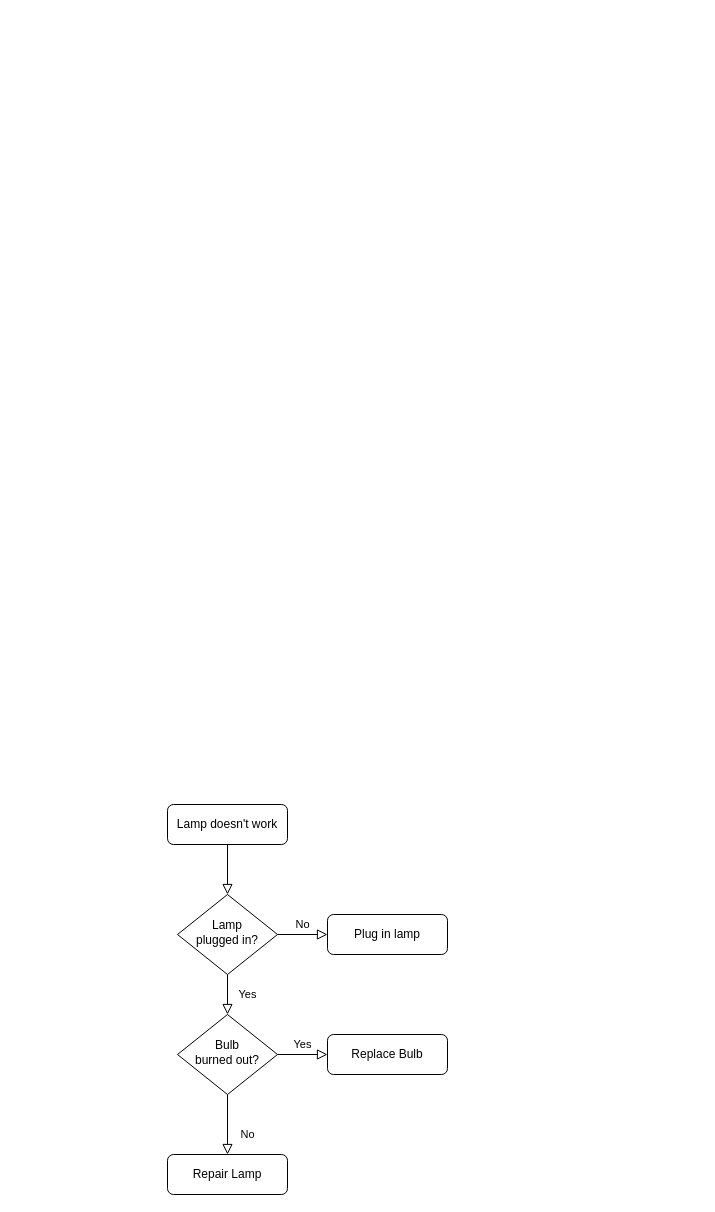
The draw.io diagram Wk5/DeviceProcess.drawio in DanielCender/CST-221, before the edit. Source tidied: cells renumbered, new cells numbered last; positions are measured from the earlier drawing's top-left corner, leaving out a move shared by most shapes. Both pictures are drawn from the tidied source at 100%, with x=0, y=0 at pixel (167, 804).
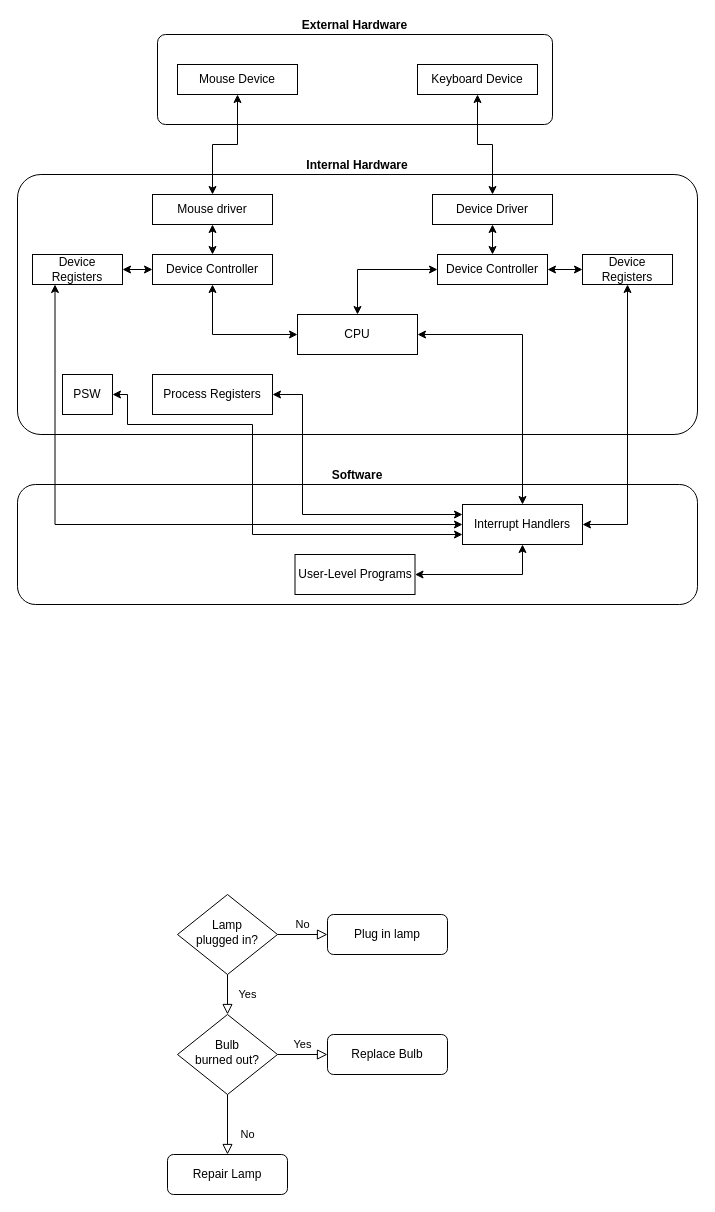
The same diagram, later.

The change refers to these unchanged cells:
```xml
<mxCell id="6" value="Lamp&lt;br&gt;plugged in?" style="rhombus;whiteSpace=wrap;html=1;shadow=0;fontFamily=Helvetica;fontSize=12;align=center;strokeWidth=1;spacing=6;spacingTop=-4;" parent="1" vertex="1">
  <mxGeometry x="10" y="90" width="100" height="80" as="geometry" />
</mxCell>
```

The edit, as a diff of the source:
```diff
@@
-    <mxCell id="2" style="rounded=0;html=1;jettySize=auto;fontSize=11;endArrow=block;endFill=0;endSize=8;strokeWidth=1;shadow=0;labelBackgroundColor=none;edgeStyle=orthogonalEdgeStyle;" parent="1" edge="1" source="3" target="6">
-      <mxGeometry relative="1" as="geometry" />
-    </mxCell>
-    <mxCell id="3" value="Lamp doesn't work" style="rounded=1;whiteSpace=wrap;html=1;fontSize=12;glass=0;strokeWidth=1;shadow=0;" parent="1" vertex="1">
-      <mxGeometry width="120" height="40" as="geometry" />
-    </mxCell>
@@
+    <mxCell id="13" value="&lt;b&gt;Internal Hardware&lt;/b&gt;" style="rounded=1;whiteSpace=wrap;html=1;labelPosition=center;verticalLabelPosition=top;align=center;verticalAlign=bottom;direction=south;arcSize=9;" parent="1" vertex="1">
+      <mxGeometry x="-150" y="-630" width="680" height="260" as="geometry" />
+    </mxCell>
+    <mxCell id="14" value="&lt;b&gt;Software&lt;/b&gt;" style="rounded=1;whiteSpace=wrap;html=1;labelPosition=center;verticalLabelPosition=top;align=center;verticalAlign=bottom;direction=south;" parent="1" vertex="1">
+      <mxGeometry x="-150" y="-320" width="680" height="120" as="geometry" />
+    </mxCell>
+    <mxCell id="15" style="edgeStyle=orthogonalEdgeStyle;rounded=0;jettySize=auto;html=1;startArrow=classic;startFill=1;endArrow=classic;endFill=1;" parent="1" edge="1" source="16" target="20">
+      <mxGeometry relative="1" as="geometry">
+        <Array as="points">
+          <mxPoint x="355" y="-470" />
+        </Array>
+      </mxGeometry>
+    </mxCell>
+    <mxCell id="16" value="CPU" style="rounded=0;whiteSpace=wrap;html=1;fontSize=12;glass=0;strokeWidth=1;shadow=0;" parent="1" vertex="1">
+      <mxGeometry x="130" y="-490" width="120" height="40" as="geometry" />
+    </mxCell>
+    <mxCell id="17" style="edgeStyle=orthogonalEdgeStyle;rounded=0;jettySize=auto;html=1;startArrow=classic;startFill=1;endArrow=classic;endFill=1;exitX=1;exitY=0.5;exitDx=0;exitDy=0;" parent="1" edge="1" source="20" target="31">
+      <mxGeometry relative="1" as="geometry" />
+    </mxCell>
+    <mxCell id="18" style="edgeStyle=orthogonalEdgeStyle;rounded=0;jettySize=auto;html=1;startArrow=classic;startFill=1;endArrow=classic;endFill=1;entryX=0.25;entryY=1;entryDx=0;entryDy=0;" parent="1" edge="1" source="20" target="33">
+      <mxGeometry relative="1" as="geometry" />
+    </mxCell>
+    <mxCell id="19" style="edgeStyle=orthogonalEdgeStyle;rounded=0;jettySize=auto;html=1;startArrow=classic;startFill=1;endArrow=classic;endFill=1;entryX=1;entryY=0.5;entryDx=0;entryDy=0;exitX=0.5;exitY=1;exitDx=0;exitDy=0;" parent="1" edge="1" source="20" target="21">
+      <mxGeometry relative="1" as="geometry" />
+    </mxCell>
+    <mxCell id="20" value="Interrupt Handlers" style="rounded=0;whiteSpace=wrap;html=1;fontSize=12;glass=0;strokeWidth=1;shadow=0;" parent="1" vertex="1">
+      <mxGeometry x="295" y="-300" width="120" height="40" as="geometry" />
+    </mxCell>
+    <mxCell id="21" value="User-Level Programs" style="rounded=0;whiteSpace=wrap;html=1;fontSize=12;glass=0;strokeWidth=1;shadow=0;" parent="1" vertex="1">
+      <mxGeometry x="127.5" y="-250" width="120" height="40" as="geometry" />
+    </mxCell>
+    <mxCell id="22" style="edgeStyle=orthogonalEdgeStyle;rounded=0;jettySize=auto;html=1;startArrow=classic;startFill=1;entryX=0.5;entryY=0;entryDx=0;entryDy=0;" parent="1" edge="1" source="23" target="29">
+      <mxGeometry relative="1" as="geometry" />
+    </mxCell>
+    <mxCell id="23" value="Mouse driver" style="rounded=0;whiteSpace=wrap;html=1;fontSize=12;glass=0;strokeWidth=1;shadow=0;" parent="1" vertex="1">
+      <mxGeometry x="-15" y="-610" width="120" height="30" as="geometry" />
+    </mxCell>
+    <mxCell id="24" style="edgeStyle=orthogonalEdgeStyle;rounded=0;jettySize=auto;html=1;startArrow=classic;startFill=1;entryX=0.5;entryY=0;entryDx=0;entryDy=0;" parent="1" edge="1" source="25" target="16">
+      <mxGeometry relative="1" as="geometry" />
+    </mxCell>
+    <mxCell id="25" value="Device Controller" style="rounded=0;whiteSpace=wrap;html=1;fontSize=12;glass=0;strokeWidth=1;shadow=0;" parent="1" vertex="1">
+      <mxGeometry x="270" y="-550" width="110" height="30" as="geometry" />
+    </mxCell>
+    <mxCell id="26" style="edgeStyle=orthogonalEdgeStyle;rounded=0;jettySize=auto;html=1;startArrow=classic;startFill=1;entryX=0.5;entryY=0;entryDx=0;entryDy=0;" parent="1" edge="1" source="27" target="25">
+      <mxGeometry relative="1" as="geometry" />
+    </mxCell>
+    <mxCell id="27" value="Device Driver" style="rounded=0;whiteSpace=wrap;html=1;fontSize=12;glass=0;strokeWidth=1;shadow=0;" parent="1" vertex="1">
+      <mxGeometry x="265" y="-610" width="120" height="30" as="geometry" />
+    </mxCell>
+    <mxCell id="28" style="edgeStyle=orthogonalEdgeStyle;rounded=0;jettySize=auto;html=1;startArrow=classic;startFill=1;endArrow=classic;endFill=1;entryX=0;entryY=0.5;entryDx=0;entryDy=0;" parent="1" edge="1" source="29" target="16">
+      <mxGeometry relative="1" as="geometry">
+        <Array as="points">
+          <mxPoint x="45" y="-470" />
+        </Array>
+      </mxGeometry>
+    </mxCell>
+    <mxCell id="29" value="Device Controller" style="rounded=0;whiteSpace=wrap;html=1;fontSize=12;glass=0;strokeWidth=1;shadow=0;" parent="1" vertex="1">
+      <mxGeometry x="-15" y="-550" width="120" height="30" as="geometry" />
+    </mxCell>
+    <mxCell id="30" style="edgeStyle=orthogonalEdgeStyle;rounded=0;jettySize=auto;html=1;startArrow=classic;startFill=1;endArrow=classic;endFill=1;" parent="1" edge="1" source="31" target="25">
+      <mxGeometry relative="1" as="geometry" />
+    </mxCell>
+    <mxCell id="31" value="Device Registers" style="rounded=0;whiteSpace=wrap;html=1;fontSize=12;glass=0;strokeWidth=1;shadow=0;" parent="1" vertex="1">
+      <mxGeometry x="415" y="-550" width="90" height="30" as="geometry" />
+    </mxCell>
+    <mxCell id="32" style="edgeStyle=orthogonalEdgeStyle;rounded=0;jettySize=auto;html=1;startArrow=classic;startFill=1;endArrow=classic;endFill=1;" parent="1" edge="1" source="33" target="29">
+      <mxGeometry relative="1" as="geometry" />
+    </mxCell>
+    <mxCell id="33" value="Device Registers" style="rounded=0;whiteSpace=wrap;html=1;fontSize=12;glass=0;strokeWidth=1;shadow=0;" parent="1" vertex="1">
+      <mxGeometry x="-135" y="-550" width="90" height="30" as="geometry" />
+    </mxCell>
+    <mxCell id="34" style="edgeStyle=orthogonalEdgeStyle;rounded=0;jettySize=auto;html=1;startArrow=classic;startFill=1;endArrow=classic;endFill=1;exitX=1;exitY=0.5;exitDx=0;exitDy=0;" parent="1" edge="1" source="35">
+      <mxGeometry relative="1" as="geometry">
+        <mxPoint x="295" y="-270" as="targetPoint" />
+        <Array as="points">
+          <mxPoint x="-40" y="-410" />
+          <mxPoint x="-40" y="-380" />
+          <mxPoint x="85" y="-380" />
+          <mxPoint x="85" y="-270" />
+        </Array>
+      </mxGeometry>
+    </mxCell>
+    <mxCell id="35" value="PSW" style="rounded=0;whiteSpace=wrap;html=1;fontSize=12;glass=0;strokeWidth=1;shadow=0;" parent="1" vertex="1">
+      <mxGeometry x="-105" y="-430" width="50" height="40" as="geometry" />
+    </mxCell>
+    <mxCell id="36" style="edgeStyle=orthogonalEdgeStyle;rounded=0;jettySize=auto;html=1;startArrow=classic;startFill=1;endArrow=classic;endFill=1;exitX=1;exitY=0.5;exitDx=0;exitDy=0;" parent="1" edge="1" source="37">
+      <mxGeometry relative="1" as="geometry">
+        <mxPoint x="295" y="-290" as="targetPoint" />
+        <Array as="points">
+          <mxPoint x="135" y="-410" />
+          <mxPoint x="135" y="-290" />
+        </Array>
+      </mxGeometry>
+    </mxCell>
+    <mxCell id="37" value="Process Registers" style="rounded=0;whiteSpace=wrap;html=1;fontSize=12;glass=0;strokeWidth=1;shadow=0;" parent="1" vertex="1">
+      <mxGeometry x="-15" y="-430" width="120" height="40" as="geometry" />
+    </mxCell>
+    <mxCell id="38" value="&lt;b&gt;External Hardware&lt;/b&gt;" style="rounded=1;whiteSpace=wrap;html=1;labelPosition=center;verticalLabelPosition=top;align=center;verticalAlign=bottom;direction=south;arcSize=9;" parent="1" vertex="1">
+      <mxGeometry x="-10" y="-770" width="395" height="90" as="geometry" />
+    </mxCell>
+    <mxCell id="39" value="Keyboard Device" style="rounded=0;whiteSpace=wrap;html=1;fontSize=12;glass=0;strokeWidth=1;shadow=0;" parent="1" vertex="1">
+      <mxGeometry x="250" y="-740" width="120" height="30" as="geometry" />
+    </mxCell>
+    <mxCell id="40" style="edgeStyle=orthogonalEdgeStyle;rounded=0;jettySize=auto;html=1;startArrow=classic;startFill=1;" parent="1" edge="1" source="39" target="27">
+      <mxGeometry relative="1" as="geometry" />
+    </mxCell>
+    <mxCell id="41" value="Mouse Device" style="rounded=0;whiteSpace=wrap;html=1;fontSize=12;glass=0;strokeWidth=1;shadow=0;" parent="1" vertex="1">
+      <mxGeometry x="10" y="-740" width="120" height="30" as="geometry" />
+    </mxCell>
+    <mxCell id="42" style="edgeStyle=orthogonalEdgeStyle;rounded=0;jettySize=auto;html=1;startArrow=classic;startFill=1;entryX=0.5;entryY=0;entryDx=0;entryDy=0;" parent="1" edge="1" source="41" target="23">
+      <mxGeometry relative="1" as="geometry" />
+    </mxCell>
```
